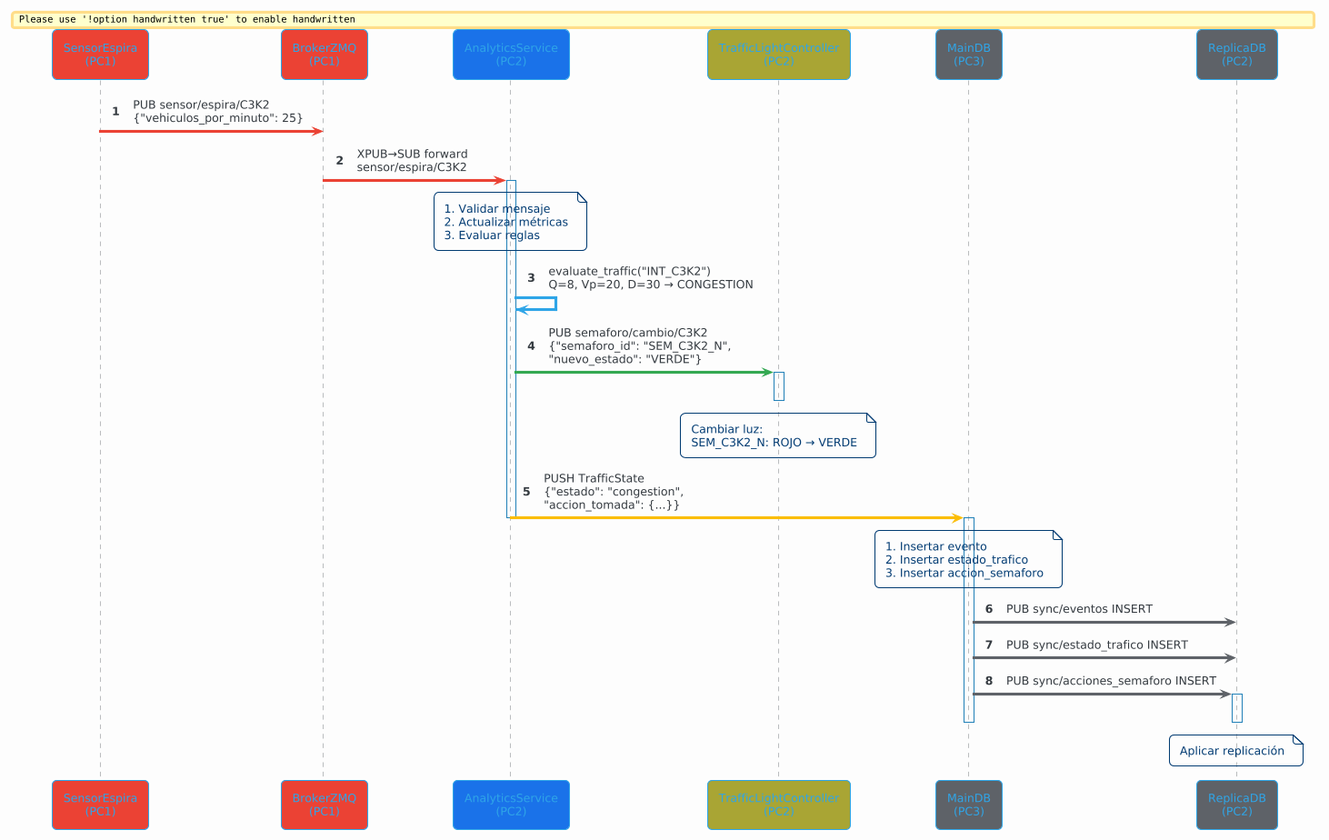
Before: docs/diagramas_plantUML/diagrama_secuencia.png, a diagram exported from PlantUML (juandrodriguezf/Sistema-de-Gestion-de-Trafico-Urbano). Its diagram source:
```plantuml
@startuml
!theme cerulean-outline
skinparam backgroundColor #fcfcfc
skinparam roundcorner 10
skinparam shadowing false
skinparam handwritten false

participant "SensorEspira\n(PC1)" as S #EA4335
participant "BrokerZMQ\n(PC1)" as B #EA4335
participant "AnalyticsService\n(PC2)" as A #1A73E8
participant "TrafficLightController\n(PC2)" as T #a8a434ff
participant "MainDB\n(PC3)" as M #5F6368
participant "ReplicaDB\n(PC2)" as R #5F6368

autonumber

S -[#EA4335]> B: PUB sensor/espira/C3K2\n{"vehiculos_por_minuto": 25}
B -[#EA4335]> A: XPUB→SUB forward\nsensor/espira/C3K2

activate A
    note over A: 1. Validar mensaje\n2. Actualizar métricas\n3. Evaluar reglas

    A -> A: evaluate_traffic("INT_C3K2")\nQ=8, Vp=20, D=30 → CONGESTION

    A -[#34A853]> T: PUB semaforo/cambio/C3K2\n{"semaforo_id": "SEM_C3K2_N",\n"nuevo_estado": "VERDE"}

    activate T
        note over T: Cambiar luz:\nSEM_C3K2_N: ROJO → VERDE
    deactivate T

    A -[#FBBC05]> M: PUSH TrafficState\n{"estado": "congestion",\n"accion_tomada": {...}}
deactivate A

activate M
    note over M: 1. Insertar evento\n2. Insertar estado_trafico\n3. Insertar accion_semaforo

    M -[#5F6368]> R: PUB sync/eventos INSERT
    M -[#5F6368]> R: PUB sync/estado_trafico INSERT
    M -[#5F6368]> R: PUB sync/acciones_semaforo INSERT

    activate R
        note over R: Aplicar replicación
    deactivate R
deactivate M
@enduml
```
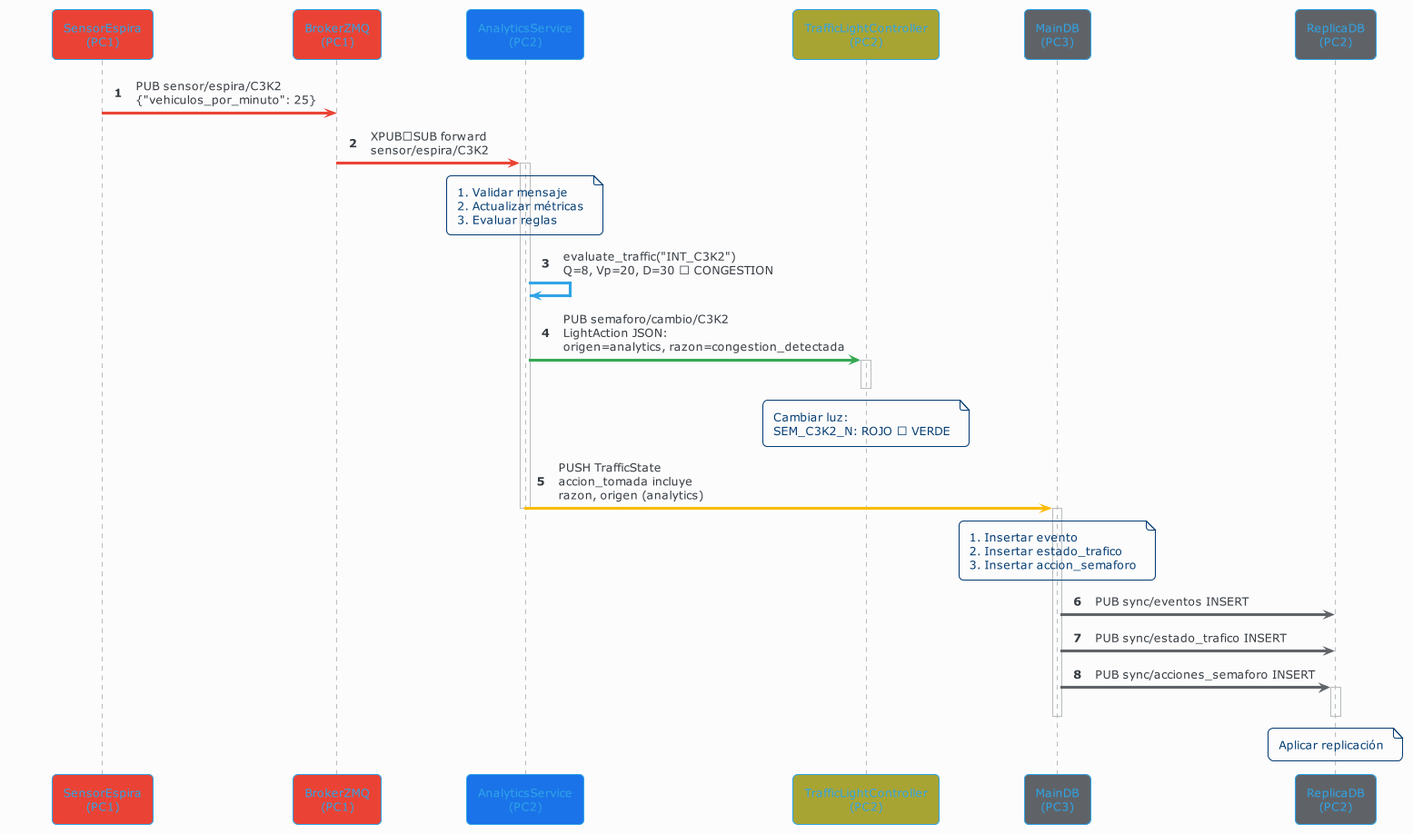
The same diagram one commit later.

What changed in the source:
```diff
@@ -22,13 +22,13 @@
 
     A -> A: evaluate_traffic("INT_C3K2")\nQ=8, Vp=20, D=30 → CONGESTION
 
-    A -[#34A853]> T: PUB semaforo/cambio/C3K2\n{"semaforo_id": "SEM_C3K2_N",\n"nuevo_estado": "VERDE"}
+    A -[#34A853]> T: PUB semaforo/cambio/C3K2\nLightAction JSON:\norigen=analytics, razon=congestion_detectada
 
     activate T
         note over T: Cambiar luz:\nSEM_C3K2_N: ROJO → VERDE
     deactivate T
 
-    A -[#FBBC05]> M: PUSH TrafficState\n{"estado": "congestion",\n"accion_tomada": {...}}
+    A -[#FBBC05]> M: PUSH TrafficState\naccion_tomada incluye\nrazon, origen (analytics)
 deactivate A
 
 activate M
@@ -42,4 +42,5 @@
         note over R: Aplicar replicación
     deactivate R
 deactivate M
+
 @enduml
```
